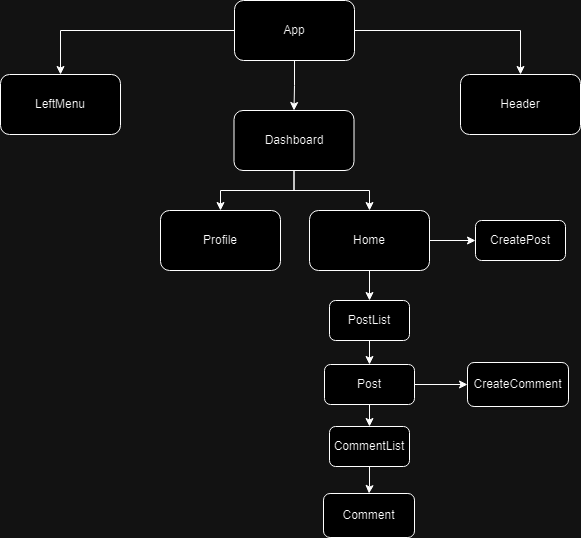
The draw.io diagram Documents/ComponentTree.png in boolean-uk/react-cohort-dashboard-challenge, before a commit. Source tidied: cells renumbered, new cells last; positions are measured from the earlier drawing's top-left corner, leaving out a move shared by most shapes. The source it was exported from:
```xml
<mxGraphModel>
  <root>
    <mxCell id="0" />
    <mxCell id="1" parent="0" />
    <mxCell id="2" style="edgeStyle=orthogonalEdgeStyle;rounded=0;jettySize=auto;html=1;exitX=0.5;exitY=1;exitDx=0;exitDy=0;entryX=0.5;entryY=0;entryDx=0;entryDy=0;" parent="1" edge="1" source="5" target="8">
      <mxGeometry relative="1" as="geometry" />
    </mxCell>
    <mxCell id="3" style="edgeStyle=orthogonalEdgeStyle;rounded=0;jettySize=auto;html=1;exitX=0;exitY=0.5;exitDx=0;exitDy=0;" parent="1" edge="1" source="5" target="9">
      <mxGeometry relative="1" as="geometry" />
    </mxCell>
    <mxCell id="4" style="edgeStyle=orthogonalEdgeStyle;rounded=0;jettySize=auto;html=1;" parent="1" edge="1" source="5" target="10">
      <mxGeometry relative="1" as="geometry" />
    </mxCell>
    <mxCell id="5" value="App" style="rounded=1;whiteSpace=wrap;html=1;" parent="1" vertex="1">
      <mxGeometry x="234" width="120" height="60" as="geometry" />
    </mxCell>
    <mxCell id="6" style="edgeStyle=orthogonalEdgeStyle;rounded=0;jettySize=auto;html=1;" parent="1" edge="1" source="8" target="13">
      <mxGeometry relative="1" as="geometry" />
    </mxCell>
    <mxCell id="7" style="edgeStyle=orthogonalEdgeStyle;rounded=0;jettySize=auto;html=1;exitX=0.5;exitY=1;exitDx=0;exitDy=0;entryX=0.5;entryY=0;entryDx=0;entryDy=0;" parent="1" edge="1" source="8" target="21">
      <mxGeometry relative="1" as="geometry" />
    </mxCell>
    <mxCell id="8" value="Dashboard" style="rounded=1;whiteSpace=wrap;html=1;" parent="1" vertex="1">
      <mxGeometry x="233.5" y="110" width="120" height="60" as="geometry" />
    </mxCell>
    <mxCell id="9" value="LeftMenu" style="rounded=1;whiteSpace=wrap;html=1;" parent="1" vertex="1">
      <mxGeometry y="74" width="120" height="60" as="geometry" />
    </mxCell>
    <mxCell id="10" value="Header" style="whiteSpace=wrap;html=1;rounded=1;" parent="1" vertex="1">
      <mxGeometry x="460" y="74" width="120" height="60" as="geometry" />
    </mxCell>
    <mxCell id="11" style="edgeStyle=orthogonalEdgeStyle;rounded=0;jettySize=auto;html=1;" parent="1" edge="1" source="13" target="15">
      <mxGeometry relative="1" as="geometry" />
    </mxCell>
    <mxCell id="12" style="edgeStyle=orthogonalEdgeStyle;rounded=0;jettySize=auto;html=1;" parent="1" edge="1" source="13" target="22">
      <mxGeometry relative="1" as="geometry" />
    </mxCell>
    <mxCell id="13" value="Home" style="whiteSpace=wrap;html=1;rounded=1;" parent="1" vertex="1">
      <mxGeometry x="309" y="210" width="120" height="60" as="geometry" />
    </mxCell>
    <mxCell id="14" style="edgeStyle=orthogonalEdgeStyle;rounded=0;jettySize=auto;html=1;" parent="1" edge="1" source="15" target="18">
      <mxGeometry relative="1" as="geometry" />
    </mxCell>
    <mxCell id="15" value="PostList" style="whiteSpace=wrap;html=1;rounded=1;" parent="1" vertex="1">
      <mxGeometry x="329" y="300" width="80" height="40" as="geometry" />
    </mxCell>
    <mxCell id="16" style="edgeStyle=orthogonalEdgeStyle;rounded=0;jettySize=auto;html=1;" parent="1" edge="1" source="18" target="20">
      <mxGeometry relative="1" as="geometry" />
    </mxCell>
    <mxCell id="17" style="edgeStyle=orthogonalEdgeStyle;rounded=0;jettySize=auto;html=1;" parent="1" edge="1" source="18" target="24">
      <mxGeometry relative="1" as="geometry" />
    </mxCell>
    <mxCell id="18" value="Post" style="whiteSpace=wrap;html=1;rounded=1;" parent="1" vertex="1">
      <mxGeometry x="324" y="364" width="90" height="40" as="geometry" />
    </mxCell>
    <mxCell id="19" style="edgeStyle=orthogonalEdgeStyle;rounded=0;jettySize=auto;html=1;" parent="1" edge="1" source="20" target="23">
      <mxGeometry relative="1" as="geometry" />
    </mxCell>
    <mxCell id="20" value="CommentList" style="whiteSpace=wrap;html=1;rounded=1;" parent="1" vertex="1">
      <mxGeometry x="329" y="426" width="80" height="40" as="geometry" />
    </mxCell>
    <mxCell id="21" value="Profile" style="rounded=1;whiteSpace=wrap;html=1;" parent="1" vertex="1">
      <mxGeometry x="160" y="210" width="120" height="60" as="geometry" />
    </mxCell>
    <mxCell id="22" value="CreatePost" style="whiteSpace=wrap;html=1;rounded=1;" parent="1" vertex="1">
      <mxGeometry x="475" y="220" width="90" height="40" as="geometry" />
    </mxCell>
    <mxCell id="23" value="Comment" style="whiteSpace=wrap;html=1;rounded=1;" parent="1" vertex="1">
      <mxGeometry x="323" y="493" width="91" height="44" as="geometry" />
    </mxCell>
    <mxCell id="24" value="CreateComment" style="whiteSpace=wrap;html=1;rounded=1;" parent="1" vertex="1">
      <mxGeometry x="467" y="362" width="101" height="44" as="geometry" />
    </mxCell>
  </root>
</mxGraphModel>
```
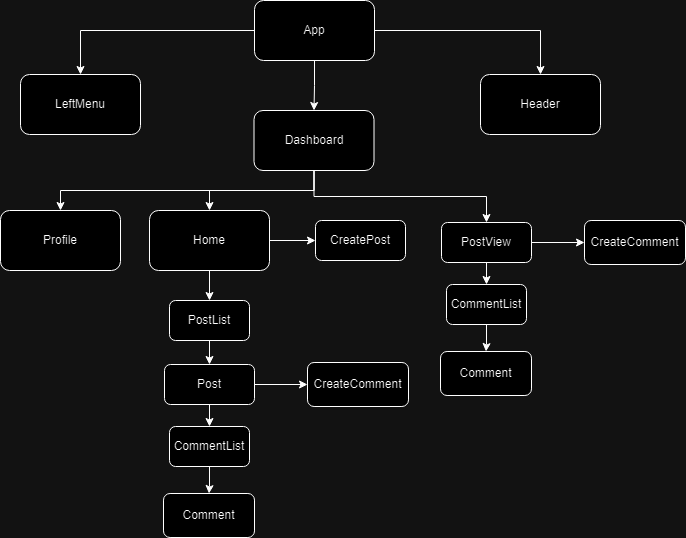
After the change.

Commit message:
Updated Component Tree

The edit, as a diff of the source:
```diff
@@ -12,7 +12,7 @@
       <mxGeometry relative="1" as="geometry" />
     </mxCell>
     <mxCell id="5" value="App" style="rounded=1;whiteSpace=wrap;html=1;" parent="1" vertex="1">
-      <mxGeometry x="234" width="120" height="60" as="geometry" />
+      <mxGeometry x="414" width="120" height="60" as="geometry" />
     </mxCell>
     <mxCell id="6" style="edgeStyle=orthogonalEdgeStyle;rounded=0;jettySize=auto;html=1;" parent="1" edge="1" source="8" target="13">
       <mxGeometry relative="1" as="geometry" />
@@ -20,14 +20,17 @@
     <mxCell id="7" style="edgeStyle=orthogonalEdgeStyle;rounded=0;jettySize=auto;html=1;exitX=0.5;exitY=1;exitDx=0;exitDy=0;entryX=0.5;entryY=0;entryDx=0;entryDy=0;" parent="1" edge="1" source="8" target="21">
       <mxGeometry relative="1" as="geometry" />
     </mxCell>
+    <mxCell id="25" style="edgeStyle=orthogonalEdgeStyle;rounded=0;jettySize=auto;html=1;exitX=0.5;exitY=1;exitDx=0;exitDy=0;entryX=0.5;entryY=0;entryDx=0;entryDy=0;" parent="1" edge="1" source="8" target="28">
+      <mxGeometry relative="1" as="geometry" />
+    </mxCell>
     <mxCell id="8" value="Dashboard" style="rounded=1;whiteSpace=wrap;html=1;" parent="1" vertex="1">
-      <mxGeometry x="233.5" y="110" width="120" height="60" as="geometry" />
+      <mxGeometry x="413.5" y="110" width="120" height="60" as="geometry" />
     </mxCell>
     <mxCell id="9" value="LeftMenu" style="rounded=1;whiteSpace=wrap;html=1;" parent="1" vertex="1">
-      <mxGeometry y="74" width="120" height="60" as="geometry" />
+      <mxGeometry x="180" y="74" width="120" height="60" as="geometry" />
     </mxCell>
     <mxCell id="10" value="Header" style="whiteSpace=wrap;html=1;rounded=1;" parent="1" vertex="1">
-      <mxGeometry x="460" y="74" width="120" height="60" as="geometry" />
+      <mxGeometry x="640" y="74" width="120" height="60" as="geometry" />
     </mxCell>
     <mxCell id="11" style="edgeStyle=orthogonalEdgeStyle;rounded=0;jettySize=auto;html=1;" parent="1" edge="1" source="13" target="15">
       <mxGeometry relative="1" as="geometry" />
@@ -71,5 +74,26 @@
     <mxCell id="24" value="CreateComment" style="whiteSpace=wrap;html=1;rounded=1;" parent="1" vertex="1">
       <mxGeometry x="467" y="362" width="101" height="44" as="geometry" />
     </mxCell>
+    <mxCell id="26" style="edgeStyle=orthogonalEdgeStyle;rounded=0;jettySize=auto;html=1;" parent="1" edge="1" source="28" target="30">
+      <mxGeometry relative="1" as="geometry" />
+    </mxCell>
+    <mxCell id="27" style="edgeStyle=orthogonalEdgeStyle;rounded=0;jettySize=auto;html=1;" parent="1" edge="1" source="28" target="32">
+      <mxGeometry relative="1" as="geometry" />
+    </mxCell>
+    <mxCell id="28" value="PostView" style="whiteSpace=wrap;html=1;rounded=1;" parent="1" vertex="1">
+      <mxGeometry x="601" y="222" width="90" height="40" as="geometry" />
+    </mxCell>
+    <mxCell id="29" style="edgeStyle=orthogonalEdgeStyle;rounded=0;jettySize=auto;html=1;" parent="1" edge="1" source="30" target="31">
+      <mxGeometry relative="1" as="geometry" />
+    </mxCell>
+    <mxCell id="30" value="CommentList" style="whiteSpace=wrap;html=1;rounded=1;" parent="1" vertex="1">
+      <mxGeometry x="606" y="284" width="80" height="40" as="geometry" />
+    </mxCell>
+    <mxCell id="31" value="Comment" style="whiteSpace=wrap;html=1;rounded=1;" parent="1" vertex="1">
+      <mxGeometry x="600" y="351" width="91" height="44" as="geometry" />
+    </mxCell>
+    <mxCell id="32" value="CreateComment" style="whiteSpace=wrap;html=1;rounded=1;" parent="1" vertex="1">
+      <mxGeometry x="744" y="220" width="101" height="44" as="geometry" />
+    </mxCell>
   </root>
 </mxGraphModel>
```
